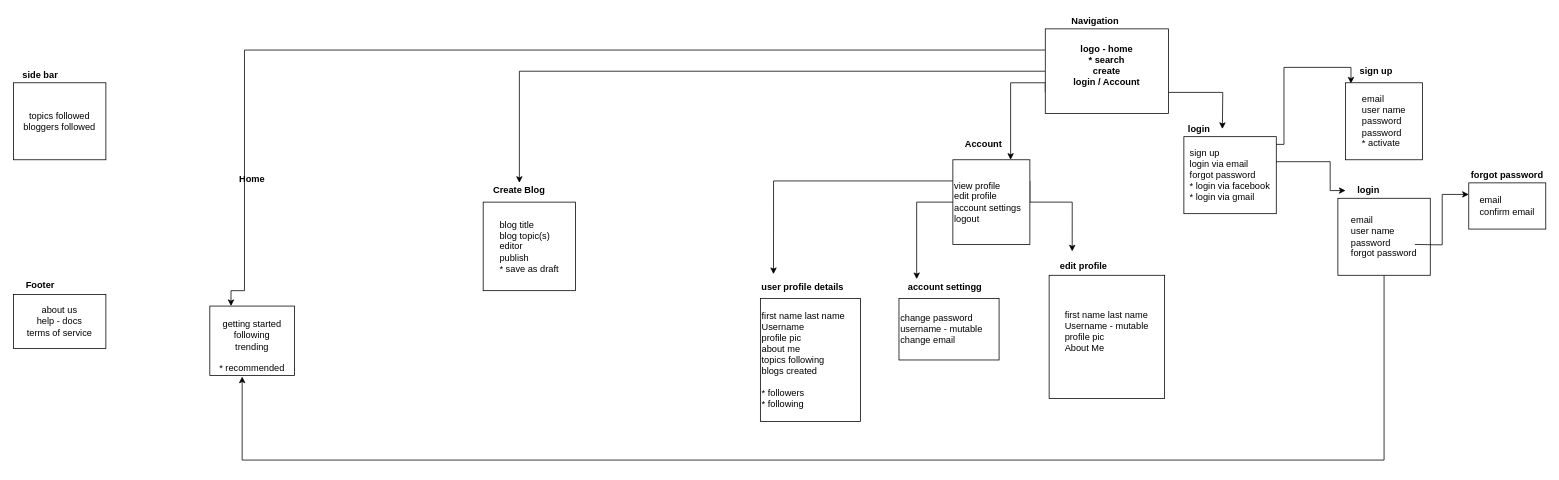
Before: doc/first_Diagram.drawio in NikhilistRaj/blog-web-app, a draw.io diagram. Source tidied: cells renumbered, new cells numbered last; positions are measured from the earlier drawing's top-left corner, leaving out a move shared by most shapes. Both pictures are drawn from the tidied source at 77%, with x=0, y=0 at pixel (13, 13).
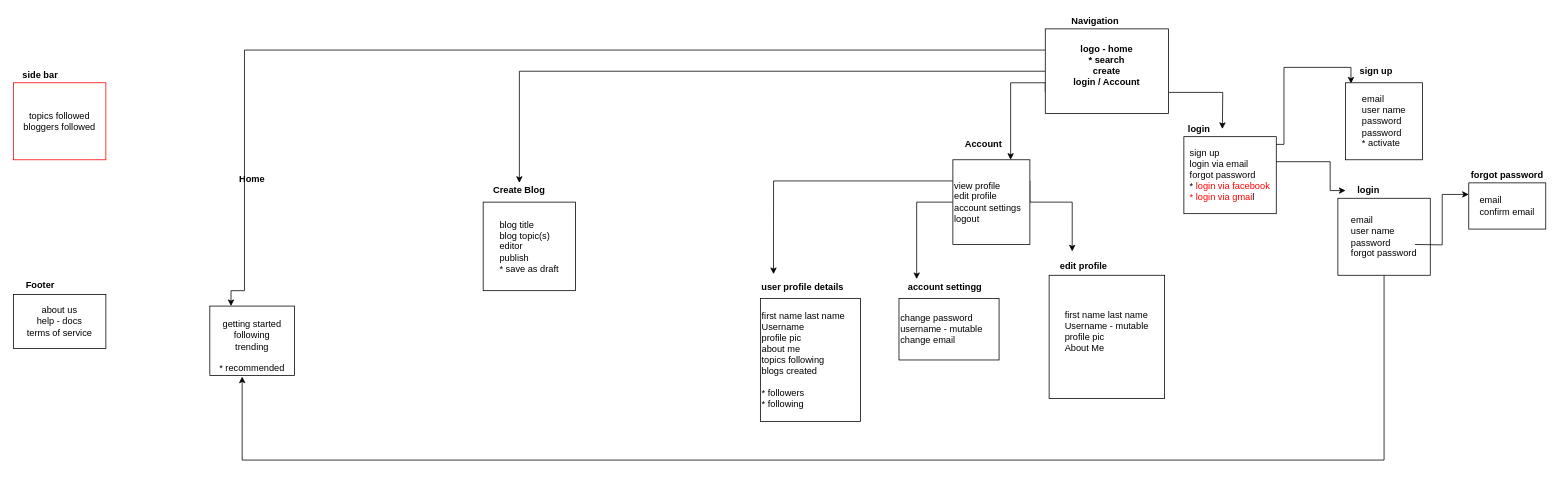
The same page after the edit.

Diff of the diagram source:
```diff
@@
-    <mxCell id="7" value="&lt;div align=&quot;left&quot;&gt;sign up&lt;br&gt;&lt;/div&gt;&lt;div align=&quot;left&quot;&gt;login via email&lt;/div&gt;&lt;div align=&quot;left&quot;&gt;forgot password&lt;br&gt;&lt;/div&gt;&lt;div align=&quot;left&quot;&gt;* login via facebook&lt;/div&gt;&lt;div align=&quot;left&quot;&gt;* login via gmail&lt;br&gt;&lt;/div&gt;" style="rounded=0;whiteSpace=wrap;html=1;" parent="1" vertex="1">
+    <mxCell id="7" value="&lt;div align=&quot;left&quot;&gt;sign up&lt;br&gt;&lt;/div&gt;&lt;div align=&quot;left&quot;&gt;login via email&lt;/div&gt;&lt;div align=&quot;left&quot;&gt;forgot password&lt;br&gt;&lt;/div&gt;&lt;div align=&quot;left&quot;&gt;*&lt;font color=&quot;#ff0000&quot;&gt; login via facebook&lt;/font&gt;&lt;/div&gt;&lt;div align=&quot;left&quot;&gt;&lt;font color=&quot;#ff0000&quot;&gt;* login via gmai&lt;/font&gt;l&lt;br&gt;&lt;/div&gt;" style="rounded=0;whiteSpace=wrap;html=1;" parent="1" vertex="1">
       <mxGeometry x="1520" y="160" width="120" height="100" as="geometry" />
     </mxCell>
@@
-    <mxCell id="33" value="&lt;div&gt;topics followed&lt;/div&gt;&lt;div&gt;bloggers followed&lt;br&gt;&lt;/div&gt;" style="rounded=0;whiteSpace=wrap;html=1;" parent="1" vertex="1">
+    <mxCell id="33" value="&lt;div&gt;topics followed&lt;/div&gt;&lt;div&gt;bloggers followed&lt;br&gt;&lt;/div&gt;" style="rounded=0;whiteSpace=wrap;html=1;strokeColor=#FF0000;" parent="1" vertex="1">
       <mxGeometry y="90" width="120" height="100" as="geometry" />
     </mxCell>
```
